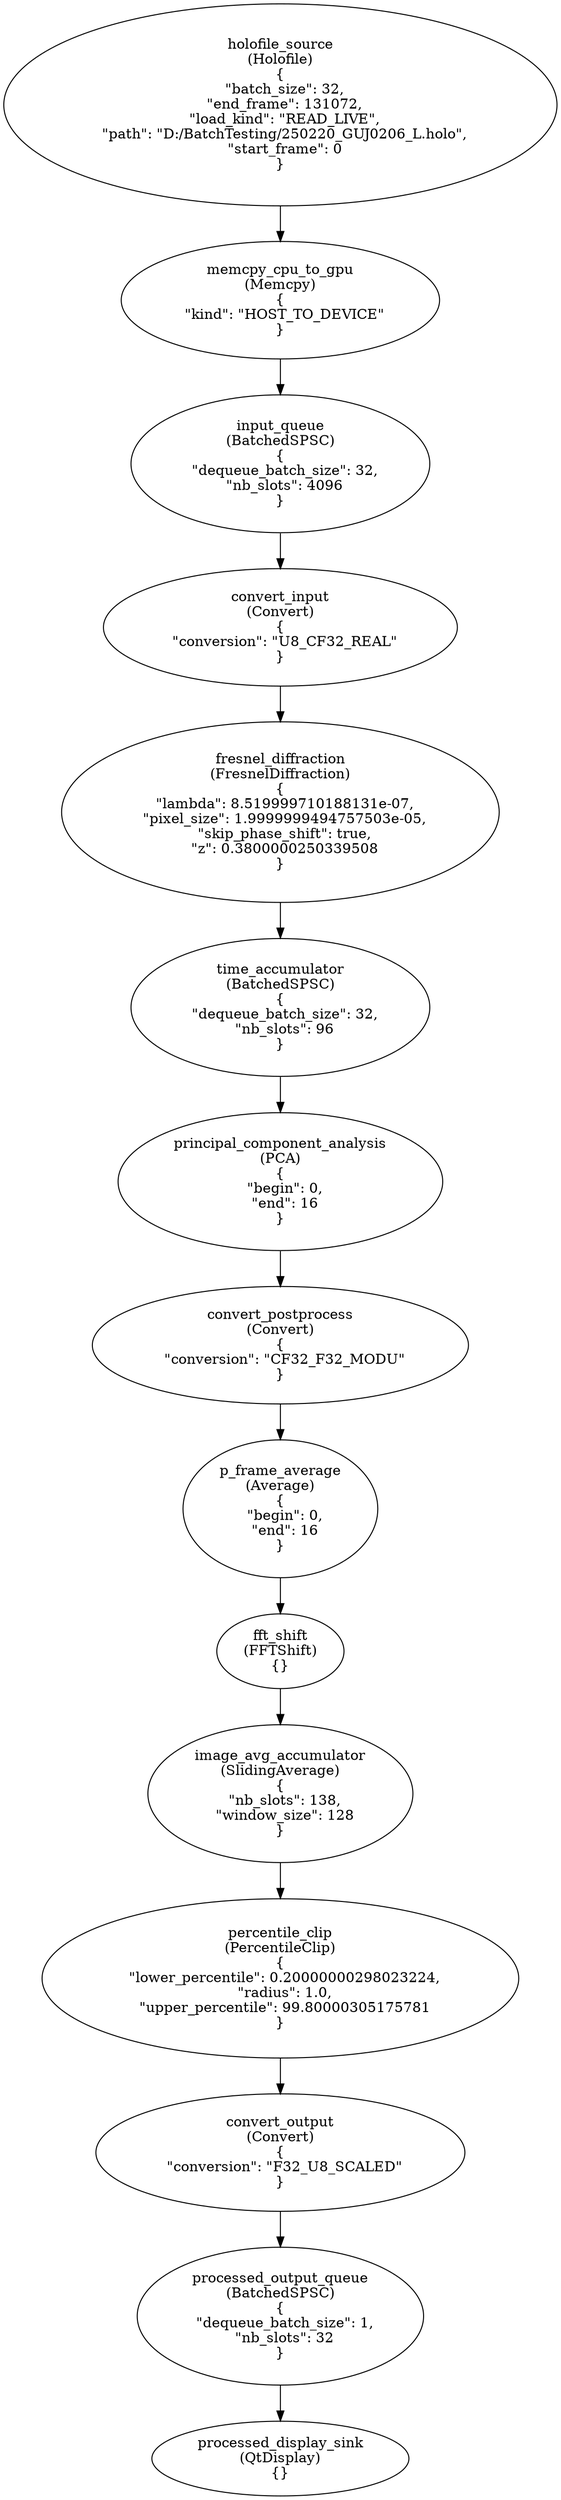
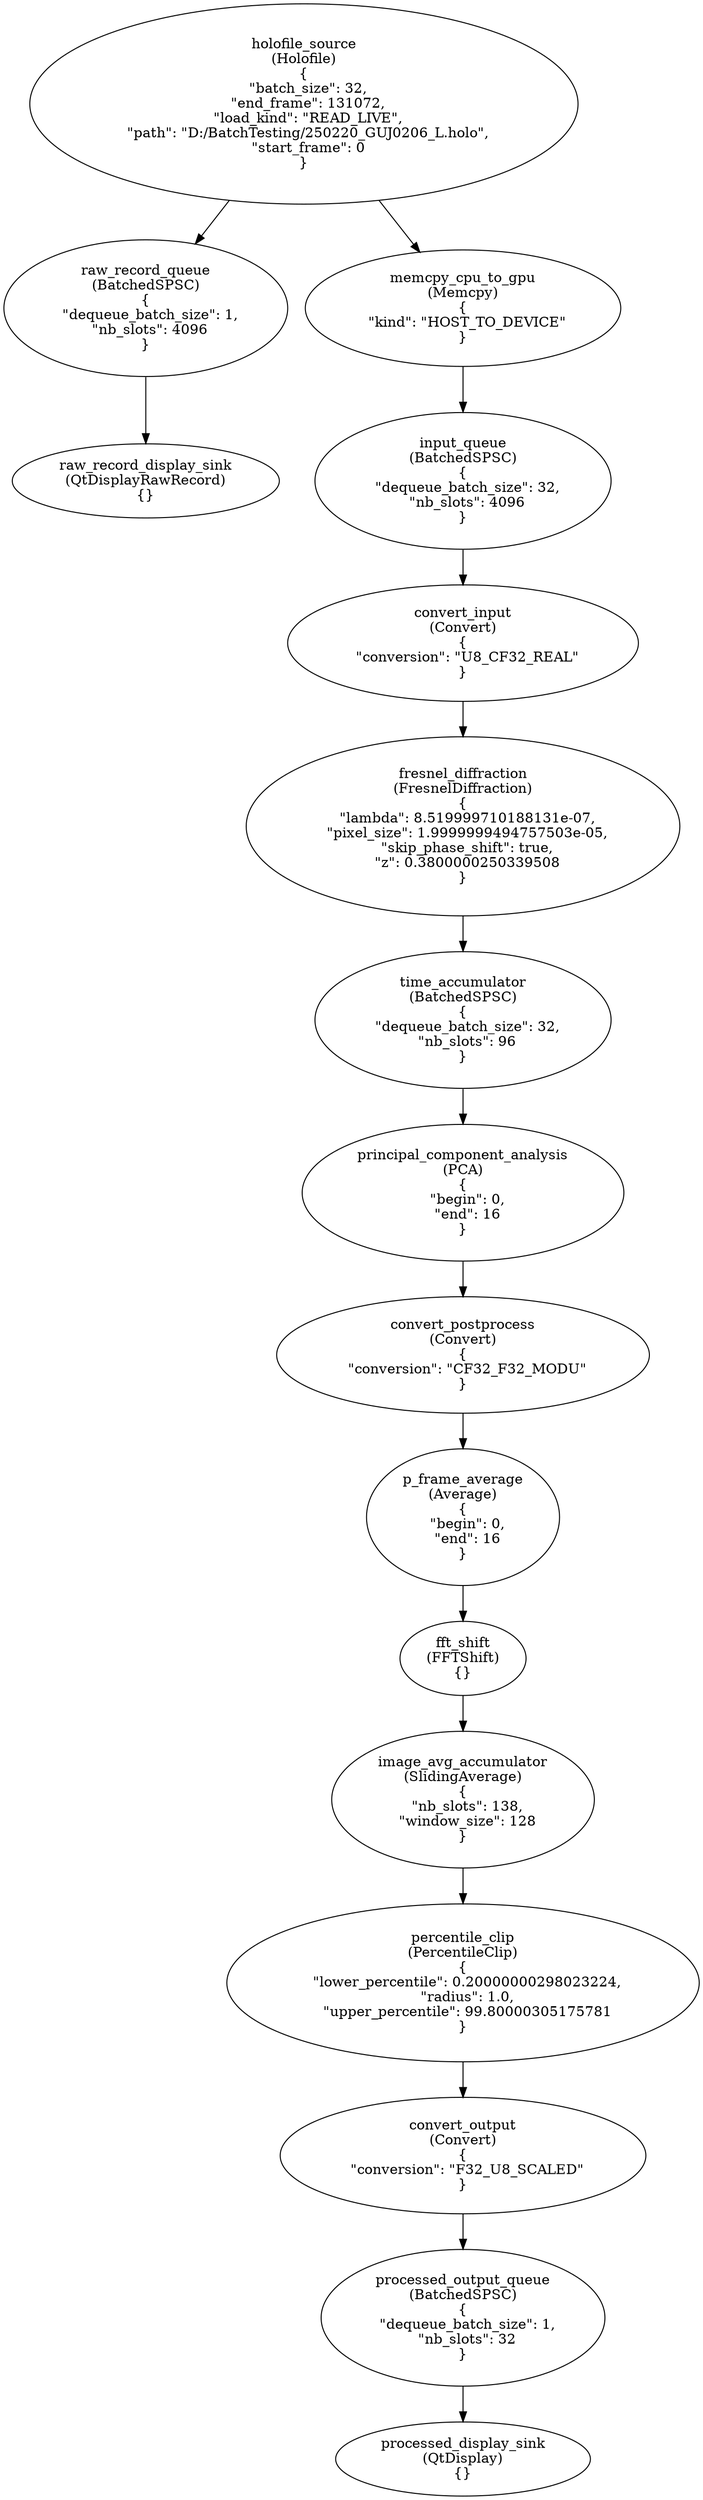
digraph G {
0[label="holofile_source\n(Holofile)\n{
  \"batch_size\": 32,
  \"end_frame\": 131072,
  \"load_kind\": \"READ_LIVE\",
  \"path\": \"D:/BatchTesting/250220_GUJ0206_L.holo\",
  \"start_frame\": 0
}"];
- 1[label="memcpy_cpu_to_gpu\n(Memcpy)\n{
+ 1[label="raw_record_queue\n(BatchedSPSC)\n{
+   \"dequeue_batch_size\": 1,
+   \"nb_slots\": 4096
+ }"];
+ 2[label="raw_record_display_sink\n(QtDisplayRawRecord)\n{}"];
+ 3[label="memcpy_cpu_to_gpu\n(Memcpy)\n{
  \"kind\": \"HOST_TO_DEVICE\"
}"];
- 2[label="input_queue\n(BatchedSPSC)\n{
+ 4[label="input_queue\n(BatchedSPSC)\n{
  \"dequeue_batch_size\": 32,
  \"nb_slots\": 4096
}"];
- 3[label="convert_input\n(Convert)\n{
+ 5[label="convert_input\n(Convert)\n{
  \"conversion\": \"U8_CF32_REAL\"
}"];
- 4[label="fresnel_diffraction\n(FresnelDiffraction)\n{
+ 6[label="fresnel_diffraction\n(FresnelDiffraction)\n{
  \"lambda\": 8.519999710188131e-07,
  \"pixel_size\": 1.9999999494757503e-05,
  \"skip_phase_shift\": true,
  \"z\": 0.3800000250339508
}"];
- 5[label="time_accumulator\n(BatchedSPSC)\n{
+ 7[label="time_accumulator\n(BatchedSPSC)\n{
  \"dequeue_batch_size\": 32,
  \"nb_slots\": 96
}"];
- 6[label="principal_component_analysis\n(PCA)\n{
+ 8[label="principal_component_analysis\n(PCA)\n{
  \"begin\": 0,
  \"end\": 16
}"];
- 7[label="convert_postprocess\n(Convert)\n{
+ 9[label="convert_postprocess\n(Convert)\n{
  \"conversion\": \"CF32_F32_MODU\"
}"];
- 8[label="p_frame_average\n(Average)\n{
+ 10[label="p_frame_average\n(Average)\n{
  \"begin\": 0,
  \"end\": 16
}"];
- 9[label="fft_shift\n(FFTShift)\n{}"];
- 10[label="image_avg_accumulator\n(SlidingAverage)\n{
+ 11[label="fft_shift\n(FFTShift)\n{}"];
+ 12[label="image_avg_accumulator\n(SlidingAverage)\n{
  \"nb_slots\": 138,
  \"window_size\": 128
}"];
- 11[label="percentile_clip\n(PercentileClip)\n{
+ 13[label="percentile_clip\n(PercentileClip)\n{
  \"lower_percentile\": 0.20000000298023224,
  \"radius\": 1.0,
  \"upper_percentile\": 99.80000305175781
}"];
- 12[label="convert_output\n(Convert)\n{
+ 14[label="convert_output\n(Convert)\n{
  \"conversion\": \"F32_U8_SCALED\"
}"];
- 13[label="processed_output_queue\n(BatchedSPSC)\n{
+ 15[label="processed_output_queue\n(BatchedSPSC)\n{
  \"dequeue_batch_size\": 1,
  \"nb_slots\": 32
}"];
- 14[label="processed_display_sink\n(QtDisplay)\n{}"];
+ 16[label="processed_display_sink\n(QtDisplay)\n{}"];
0->1 ;
+ 0->3 ;
1->2 ;
- 2->3 ;
3->4 ;
4->5 ;
5->6 ;
6->7 ;
7->8 ;
8->9 ;
9->10 ;
10->11 ;
11->12 ;
12->13 ;
13->14 ;
+ 14->15 ;
+ 15->16 ;
}
